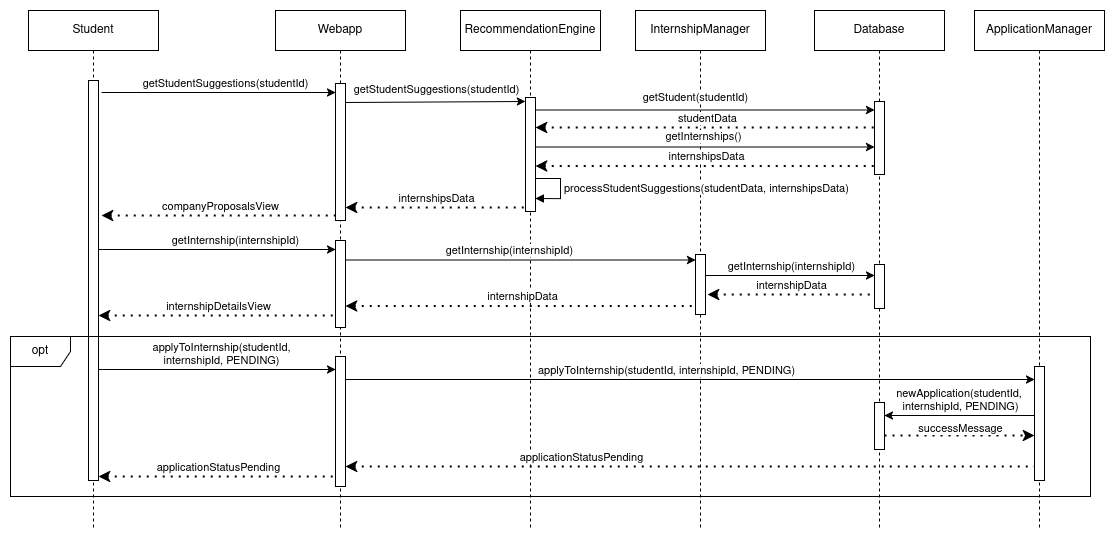
Earlier version of the draw.io export DD/images/sequenceDiagrams/StudentChecksInternshipProposedBySystem.png (matteo-luraghi/IlardiLuraghi). Source tidied: cells renumbered, new cells last; positions are measured from the earlier drawing's top-left corner, leaving out a move shared by most shapes.
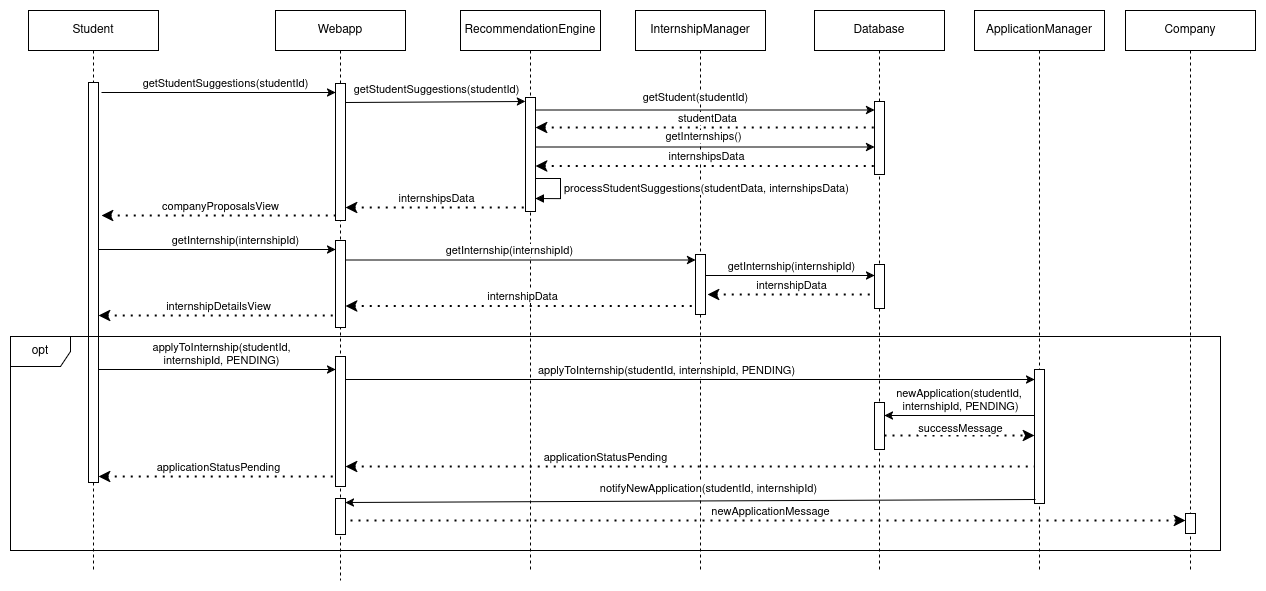
The same diagram one commit later.

Diff of the diagram source:
```diff
@@ -3,7 +3,7 @@
     <mxCell id="0" />
     <mxCell id="1" parent="0" />
     <mxCell id="2" value="RecommendationEngine" style="shape=umlLifeline;perimeter=lifelinePerimeter;whiteSpace=wrap;html=1;newEdgeStyle={&quot;curved&quot;:0,&quot;rounded&quot;:0};" parent="1" vertex="1">
-      <mxGeometry x="450" width="140" height="520" as="geometry" />
+      <mxGeometry x="450" width="140" height="560" as="geometry" />
     </mxCell>
     <mxCell id="3" style="html=1;perimeter=orthogonalPerimeter;targetShapes=umlLifeline;newEdgeStyle={&quot;curved&quot;:0,&quot;rounded&quot;:0};" parent="2" vertex="1">
       <mxGeometry x="65" y="87" width="10" height="114" as="geometry" />
@@ -30,7 +30,7 @@
       </mxGeometry>
     </mxCell>
     <mxCell id="8" value="Webapp" style="shape=umlLifeline;perimeter=lifelinePerimeter;whiteSpace=wrap;html=1;newEdgeStyle={&quot;curved&quot;:0,&quot;rounded&quot;:0};" parent="1" vertex="1">
-      <mxGeometry x="265" width="130" height="520" as="geometry" />
+      <mxGeometry x="265" width="130" height="570" as="geometry" />
     </mxCell>
     <mxCell id="9" style="html=1;points=[[0,0,0,0,5],[0,1,0,0,-5],[1,0,0,0,5],[1,1,0,0,-5]];perimeter=orthogonalPerimeter;outlineConnect=0;targetShapes=umlLifeline;portConstraint=eastwest;newEdgeStyle={&quot;curved&quot;:0,&quot;rounded&quot;:0};" parent="8" vertex="1">
       <mxGeometry x="60" y="73" width="10" height="137" as="geometry" />
@@ -41,14 +41,17 @@
     <mxCell id="11" style="html=1;points=[[0,0,0,0,5],[0,1,0,0,-5],[1,0,0,0,5],[1,1,0,0,-5]];perimeter=orthogonalPerimeter;outlineConnect=0;targetShapes=umlLifeline;portConstraint=eastwest;newEdgeStyle={&quot;curved&quot;:0,&quot;rounded&quot;:0};" parent="8" vertex="1">
       <mxGeometry x="60" y="346" width="10" height="130" as="geometry" />
     </mxCell>
+    <mxCell id="60" style="html=1;perimeter=orthogonalPerimeter;targetShapes=umlLifeline;newEdgeStyle={&quot;curved&quot;:0,&quot;rounded&quot;:0};" parent="8" vertex="1">
+      <mxGeometry x="60" y="488" width="10" height="36" as="geometry" />
+    </mxCell>
     <mxCell id="12" value="Student" style="shape=umlLifeline;perimeter=lifelinePerimeter;whiteSpace=wrap;html=1;newEdgeStyle={&quot;curved&quot;:0,&quot;rounded&quot;:0};" parent="1" vertex="1">
-      <mxGeometry x="18" width="130" height="520" as="geometry" />
+      <mxGeometry x="18" width="130" height="560" as="geometry" />
     </mxCell>
     <mxCell id="13" style="html=1;perimeter=orthogonalPerimeter;targetShapes=umlLifeline;newEdgeStyle={&quot;curved&quot;:0,&quot;rounded&quot;:0};" parent="12" vertex="1">
-      <mxGeometry x="60" y="70" width="10" height="400" as="geometry" />
+      <mxGeometry x="60" y="72" width="10" height="400" as="geometry" />
     </mxCell>
     <mxCell id="14" value="InternshipManager" style="shape=umlLifeline;perimeter=lifelinePerimeter;whiteSpace=wrap;html=1;newEdgeStyle={&quot;curved&quot;:0,&quot;rounded&quot;:0};" parent="1" vertex="1">
-      <mxGeometry x="625" width="130" height="520" as="geometry" />
+      <mxGeometry x="625" width="130" height="560" as="geometry" />
     </mxCell>
     <mxCell id="15" style="html=1;points=[[0,0,0,0,5],[0,1,0,0,-5],[1,0,0,0,5],[1,1,0,0,-5]];perimeter=orthogonalPerimeter;outlineConnect=0;targetShapes=umlLifeline;portConstraint=eastwest;newEdgeStyle={&quot;curved&quot;:0,&quot;rounded&quot;:0};" parent="14" vertex="1">
       <mxGeometry x="60" y="244" width="10" height="60" as="geometry" />
@@ -65,7 +68,7 @@
       </mxGeometry>
     </mxCell>
     <mxCell id="18" value="Database" style="shape=umlLifeline;perimeter=lifelinePerimeter;whiteSpace=wrap;html=1;newEdgeStyle={&quot;curved&quot;:0,&quot;rounded&quot;:0};" parent="1" vertex="1">
-      <mxGeometry x="804" width="130" height="520" as="geometry" />
+      <mxGeometry x="804" width="130" height="560" as="geometry" />
     </mxCell>
     <mxCell id="19" style="html=1;perimeter=orthogonalPerimeter;targetShapes=umlLifeline;newEdgeStyle={&quot;curved&quot;:0,&quot;rounded&quot;:0};" parent="18" vertex="1">
       <mxGeometry x="60" y="91" width="10" height="73" as="geometry" />
@@ -99,10 +102,10 @@
       </mxGeometry>
     </mxCell>
     <mxCell id="26" value="ApplicationManager" style="shape=umlLifeline;perimeter=lifelinePerimeter;whiteSpace=wrap;html=1;newEdgeStyle={&quot;curved&quot;:0,&quot;rounded&quot;:0};" parent="1" vertex="1">
-      <mxGeometry x="964" width="130" height="520" as="geometry" />
+      <mxGeometry x="964" width="130" height="560" as="geometry" />
     </mxCell>
     <mxCell id="27" style="html=1;points=[[0,0,0,0,5],[0,1,0,0,-5],[1,0,0,0,5],[1,1,0,0,-5]];perimeter=orthogonalPerimeter;outlineConnect=0;targetShapes=umlLifeline;portConstraint=eastwest;newEdgeStyle={&quot;curved&quot;:0,&quot;rounded&quot;:0};" parent="26" vertex="1">
-      <mxGeometry x="60" y="356" width="10" height="114" as="geometry" />
+      <mxGeometry x="60" y="359" width="10" height="134" as="geometry" />
     </mxCell>
     <mxCell id="28" style="endArrow=classic;html=1;rounded=0;" parent="1" edge="1" target="20">
       <mxGeometry relative="1" as="geometry">
@@ -216,11 +219,11 @@
     </mxCell>
     <mxCell id="49" value="applicationStatusPending" style="edgeLabel;html=1;align=center;verticalAlign=middle;" parent="48" vertex="1">
       <mxGeometry relative="1" as="geometry">
-        <mxPoint x="-111" y="-10" as="offset" />
+        <mxPoint x="-87" y="-10" as="offset" />
       </mxGeometry>
     </mxCell>
     <mxCell id="50" value="opt" style="shape=umlFrame;whiteSpace=wrap;html=1;" parent="1" vertex="1">
-      <mxGeometry y="326" width="1080" height="160" as="geometry" />
+      <mxGeometry y="326" width="1210" height="214" as="geometry" />
     </mxCell>
     <mxCell id="51" style="endArrow=classic;html=1;rounded=0;" parent="1" edge="1">
       <mxGeometry relative="1" as="geometry">
@@ -276,5 +279,32 @@
         </Array>
       </mxGeometry>
     </mxCell>
+    <mxCell id="61" style="endArrow=none;html=1;strokeWidth=1;rounded=0;endFill=0;startArrow=classic;startFill=1;exitX=1;exitY=0;exitDx=0;exitDy=5;exitPerimeter=0;" parent="1" edge="1">
+      <mxGeometry relative="1" as="geometry">
+        <mxPoint x="335" y="492" as="sourcePoint" />
+        <mxPoint x="1025" y="489" as="targetPoint" />
+      </mxGeometry>
+    </mxCell>
+    <mxCell id="62" value="&lt;div&gt;notifyNewApplication(studentId, internshipId)&lt;br&gt;&lt;/div&gt;" style="edgeLabel;html=1;align=center;verticalAlign=middle;" parent="61" vertex="1">
+      <mxGeometry relative="1" as="geometry">
+        <mxPoint x="17" y="-13" as="offset" />
+      </mxGeometry>
+    </mxCell>
+    <mxCell id="63" style="endArrow=classic;dashed=1;html=1;dashPattern=1 3;strokeWidth=2;rounded=0;endFill=1;startArrow=none;startFill=0;" parent="1" edge="1" target="66">
+      <mxGeometry relative="1" as="geometry">
+        <mxPoint x="340" y="510" as="sourcePoint" />
+      </mxGeometry>
+    </mxCell>
+    <mxCell id="64" value="newApplicationMessage" style="edgeLabel;html=1;align=center;verticalAlign=middle;" parent="63" vertex="1">
+      <mxGeometry relative="1" as="geometry">
+        <mxPoint y="-10" as="offset" />
+      </mxGeometry>
+    </mxCell>
+    <mxCell id="65" value="Company" style="shape=umlLifeline;perimeter=lifelinePerimeter;whiteSpace=wrap;html=1;newEdgeStyle={&quot;curved&quot;:0,&quot;rounded&quot;:0};" parent="1" vertex="1">
+      <mxGeometry x="1115" width="130" height="560" as="geometry" />
+    </mxCell>
+    <mxCell id="66" style="html=1;points=[[0,0,0,0,5],[0,1,0,0,-5],[1,0,0,0,5],[1,1,0,0,-5]];perimeter=orthogonalPerimeter;outlineConnect=0;targetShapes=umlLifeline;portConstraint=eastwest;newEdgeStyle={&quot;curved&quot;:0,&quot;rounded&quot;:0};" parent="1" vertex="1">
+      <mxGeometry x="1175" y="503" width="10" height="20" as="geometry" />
+    </mxCell>
   </root>
 </mxGraphModel>
```
